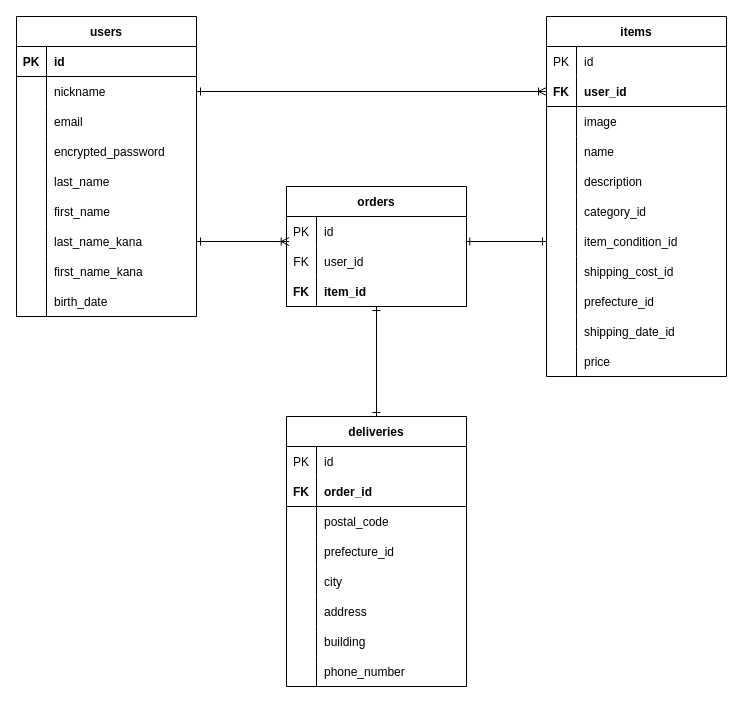
The draw.io diagram test.dio in t-kyan/furima-39198, before the edit. Source tidied: cells renumbered, new cells numbered last; positions are measured from the earlier drawing's top-left corner, leaving out a move shared by most shapes. Both pictures are drawn from the tidied source at 100%, with x=0, y=0 at pixel (16, 16).
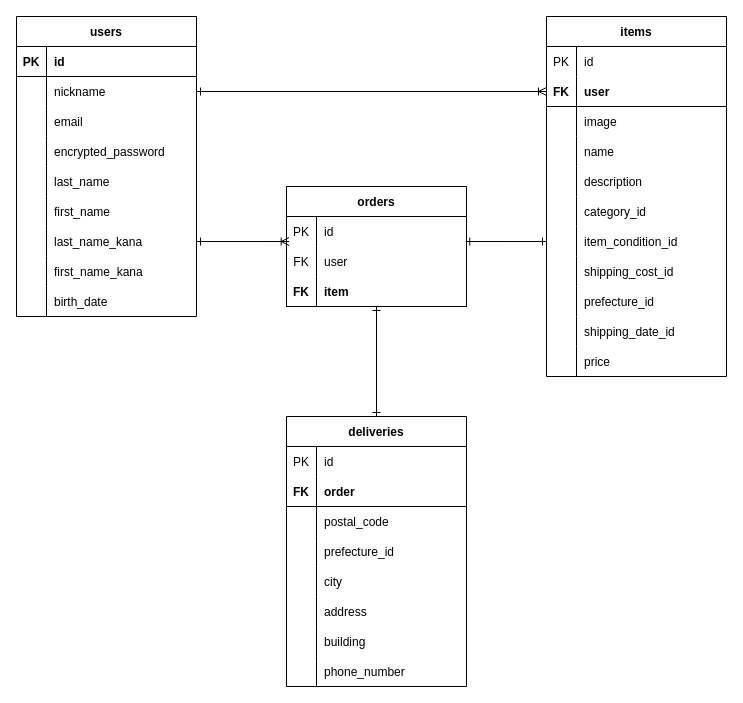
Above is the later version.

Unchanged cells that the change refers to:
```xml
<mxCell id="34" style="shape=tableRow;horizontal=0;startSize=0;swimlaneHead=0;swimlaneBody=0;fillColor=none;points=[[0,0.5],[1,0.5]];portConstraint=eastwest;top=0;left=0;right=0;bottom=1;" parent="30" vertex="1">
  <mxGeometry y="60" width="180" height="30" as="geometry" />
</mxCell>
<mxCell id="68" style="shape=tableRow;horizontal=0;startSize=0;swimlaneHead=0;swimlaneBody=0;fillColor=none;points=[[0,0.5],[1,0.5]];portConstraint=eastwest;top=0;left=0;right=0;bottom=0;strokeColor=default;" parent="64" vertex="1">
  <mxGeometry y="60" width="180" height="30" as="geometry" />
</mxCell>
<mxCell id="71" style="shape=tableRow;horizontal=0;startSize=0;swimlaneHead=0;swimlaneBody=0;fillColor=none;top=0;left=0;right=0;bottom=1;strokeColor=default;" parent="64" vertex="1">
  <mxGeometry y="90" width="180" height="30" as="geometry" />
</mxCell>
<mxCell id="82" style="shape=tableRow;horizontal=0;startSize=0;swimlaneHead=0;swimlaneBody=0;fillColor=none;top=0;left=0;right=0;bottom=1;strokeColor=default;" parent="78" vertex="1">
  <mxGeometry y="60" width="180" height="30" as="geometry" />
</mxCell>
```

Change to the diagram source:
```diff
@@
-    <mxCell id="36" value="user_id" style="shape=partialRectangle;fillColor=none;top=0;left=0;bottom=0;right=0;align=left;spacingLeft=6;fontStyle=1;overflow=hidden;" parent="34" vertex="1">
+    <mxCell id="36" value="user" style="shape=partialRectangle;fillColor=none;top=0;left=0;bottom=0;right=0;align=left;spacingLeft=6;fontStyle=1;overflow=hidden;" parent="34" vertex="1">
       <mxGeometry x="30" width="150" height="30" as="geometry" />
     </mxCell>
@@
-    <mxCell id="70" value="user_id" style="shape=partialRectangle;fillColor=none;top=0;left=0;bottom=0;right=0;align=left;spacingLeft=6;fontStyle=0;overflow=hidden;strokeColor=default;" parent="68" vertex="1">
+    <mxCell id="70" value="user" style="shape=partialRectangle;fillColor=none;top=0;left=0;bottom=0;right=0;align=left;spacingLeft=6;fontStyle=0;overflow=hidden;strokeColor=default;" parent="68" vertex="1">
       <mxGeometry x="30" width="150" height="30" as="geometry" />
     </mxCell>
@@
-    <mxCell id="73" value="item_id" style="shape=partialRectangle;fillColor=none;top=0;left=0;bottom=0;right=0;align=left;spacingLeft=6;fontStyle=1;overflow=hidden;strokeColor=default;" parent="71" vertex="1">
+    <mxCell id="73" value="item" style="shape=partialRectangle;fillColor=none;top=0;left=0;bottom=0;right=0;align=left;spacingLeft=6;fontStyle=1;overflow=hidden;strokeColor=default;" parent="71" vertex="1">
       <mxGeometry x="30" width="150" height="30" as="geometry" />
     </mxCell>
@@
-    <mxCell id="84" value="order_id" style="shape=partialRectangle;fillColor=none;top=0;left=0;bottom=0;right=0;align=left;spacingLeft=6;fontStyle=1;overflow=hidden;strokeColor=default;" parent="82" vertex="1">
+    <mxCell id="84" value="order" style="shape=partialRectangle;fillColor=none;top=0;left=0;bottom=0;right=0;align=left;spacingLeft=6;fontStyle=1;overflow=hidden;strokeColor=default;" parent="82" vertex="1">
       <mxGeometry x="30" width="150" height="30" as="geometry" />
     </mxCell>
```
